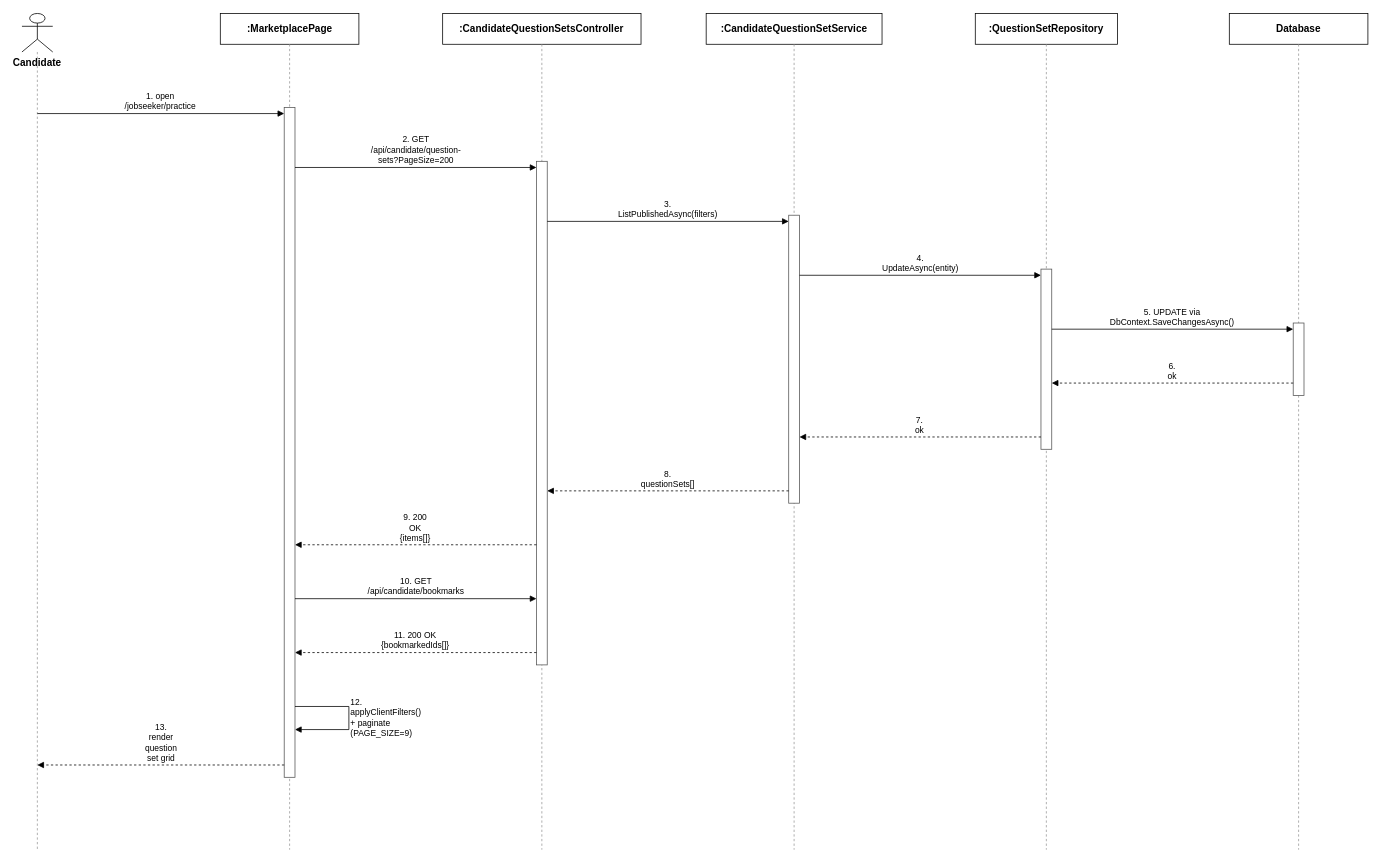
Earlier version of the draw.io diagram docs/qa/Tu_SequenceDiagram/Report4_SequenceDiagram_Browse_Question_Sets.drawio (tulklk/AI_Interview_Question_Generation_RAG_LLM_FE). Source tidied: cells renumbered, new cells numbered last; positions are measured from the earlier drawing's top-left corner, leaving out a move shared by most shapes. Both pictures are drawn from the tidied source at 77%, with x=0, y=0 at pixel (22, 13).
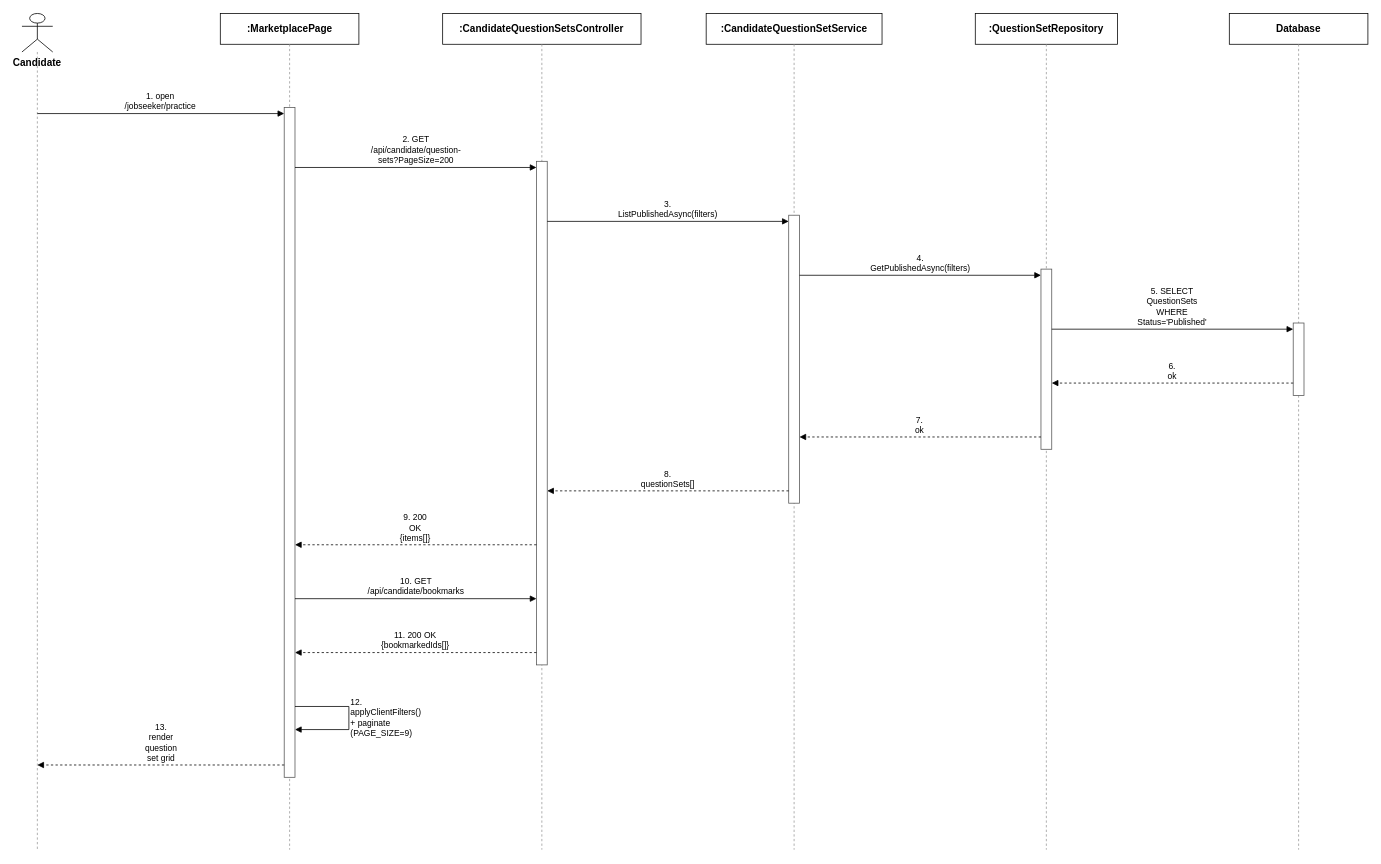
After the change.

What changed in the source:
```diff
@@
-    <mxCell id="22" value="4. UpdateAsync(entity)" style="endArrow=block;endFill=1;html=1;whiteSpace=wrap;fontSize=11;align=center;verticalAlign=bottom;labelBackgroundColor=#ffffff;strokeColor=#000000;" parent="1" edge="1">
+    <mxCell id="22" value="4. GetPublishedAsync(filters)" style="endArrow=block;endFill=1;html=1;whiteSpace=wrap;fontSize=11;align=center;verticalAlign=bottom;labelBackgroundColor=#ffffff;strokeColor=#000000;" parent="1" edge="1">
       <mxGeometry relative="1" as="geometry">
         <mxPoint x="1009.8" y="340" as="sourcePoint" />
         <mxPoint x="1323.4" y="340" as="targetPoint" />
       </mxGeometry>
     </mxCell>
-    <mxCell id="23" value="5. UPDATE via DbContext.SaveChangesAsync()" style="endArrow=block;endFill=1;html=1;whiteSpace=wrap;fontSize=11;align=center;verticalAlign=bottom;labelBackgroundColor=#ffffff;strokeColor=#000000;" parent="1" edge="1">
+    <mxCell id="23" value="5. SELECT QuestionSets WHERE Status='Published'" style="endArrow=block;endFill=1;html=1;whiteSpace=wrap;fontSize=11;align=center;verticalAlign=bottom;labelBackgroundColor=#ffffff;strokeColor=#000000;" parent="1" edge="1">
       <mxGeometry relative="1" as="geometry">
         <mxPoint x="1337.4" y="410" as="sourcePoint" />
         <mxPoint x="1651" y="410" as="targetPoint" />
       </mxGeometry>
     </mxCell>
```
